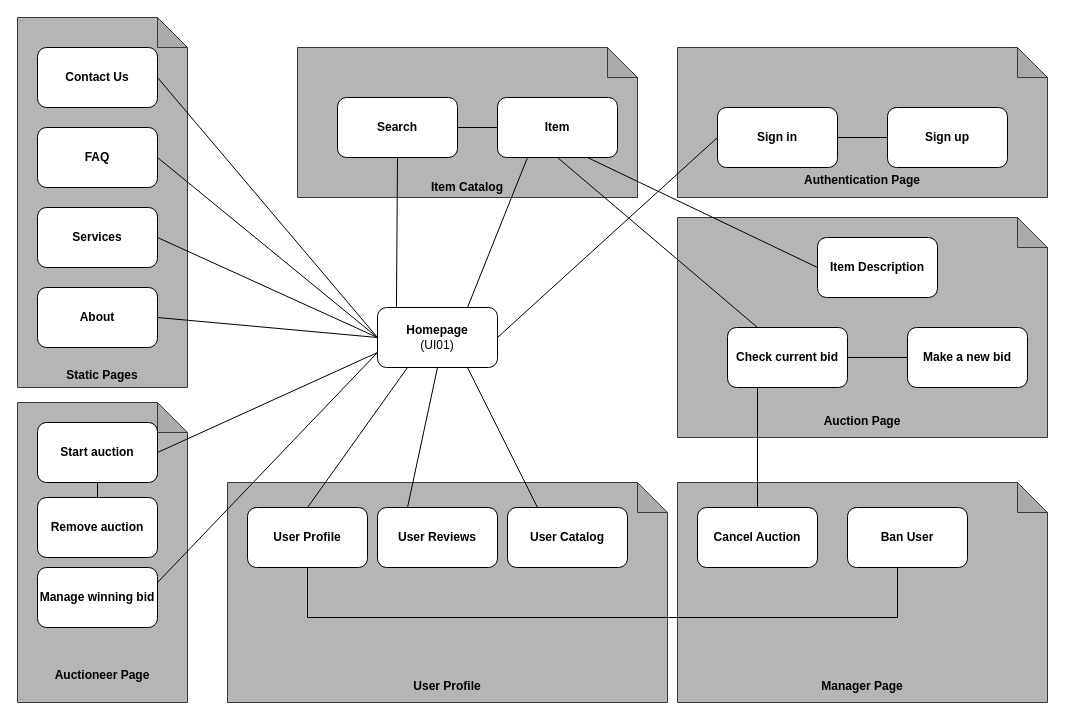
This is assets/a3.drawio from Miggs7/FEUP--LBAW, a draw.io file, before an edit. Source tidied: cells renumbered, new cells numbered last; positions are measured from the earlier drawing's top-left corner, leaving out a move shared by most shapes. Both pictures are drawn from the tidied source at 100%, with x=0, y=0 at pixel (17, 17).
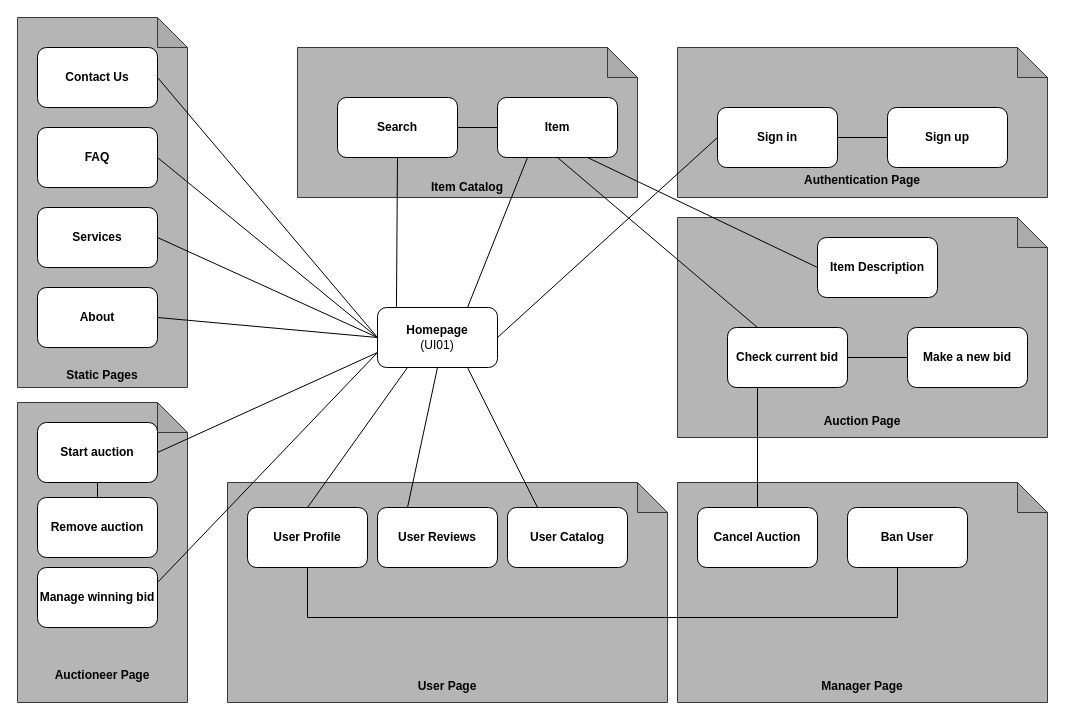
After the change.

Change to the diagram source:
```diff
@@
-    <mxCell id="35" value="&lt;b&gt;&lt;br&gt;&lt;br&gt;&lt;br&gt;&lt;br&gt;&lt;br&gt;&lt;br&gt;&lt;br&gt;&lt;br&gt;&lt;br&gt;&lt;br&gt;&lt;br&gt;&lt;br&gt;&lt;br&gt;User Profile&lt;br&gt;&lt;/b&gt;" style="shape=note;whiteSpace=wrap;html=1;backgroundOutline=1;darkOpacity=0.05;fillColor=#B5B5B5;strokeColor=#36393d;" parent="1" vertex="1">
+    <mxCell id="35" value="&lt;b&gt;&lt;br&gt;&lt;br&gt;&lt;br&gt;&lt;br&gt;&lt;br&gt;&lt;br&gt;&lt;br&gt;&lt;br&gt;&lt;br&gt;&lt;br&gt;&lt;br&gt;&lt;br&gt;&lt;br&gt;User Page&lt;br&gt;&lt;/b&gt;" style="shape=note;whiteSpace=wrap;html=1;backgroundOutline=1;darkOpacity=0.05;fillColor=#B5B5B5;strokeColor=#36393d;" parent="1" vertex="1">
       <mxGeometry x="210" y="465" width="440" height="220" as="geometry" />
     </mxCell>
```
